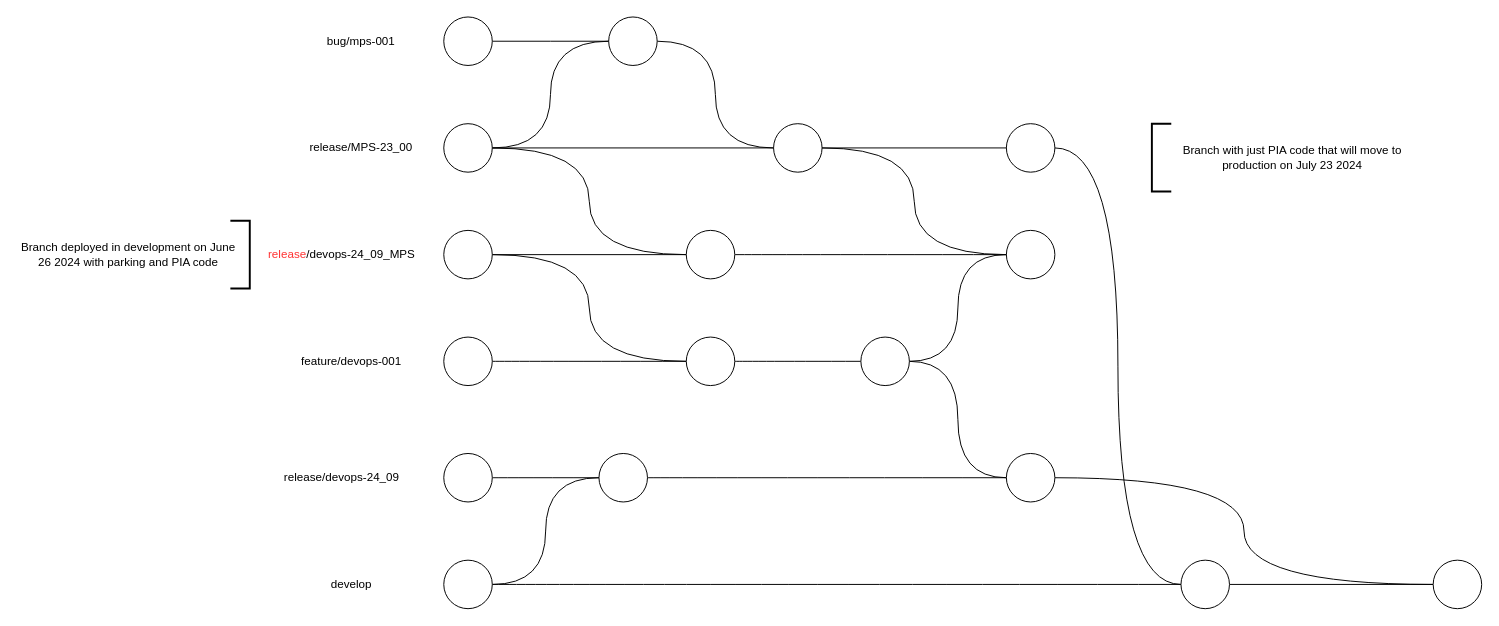
pettll/diagrams keeps this draw.io diagram as pia-release-branching.drawio. Above is the earlier version. Source tidied: cells renumbered, new cells numbered last; positions are measured from the earlier drawing's top-left corner, leaving out a move shared by most shapes. Both pictures are drawn from the tidied source at 97%, with x=0, y=0 at pixel (16, 16).
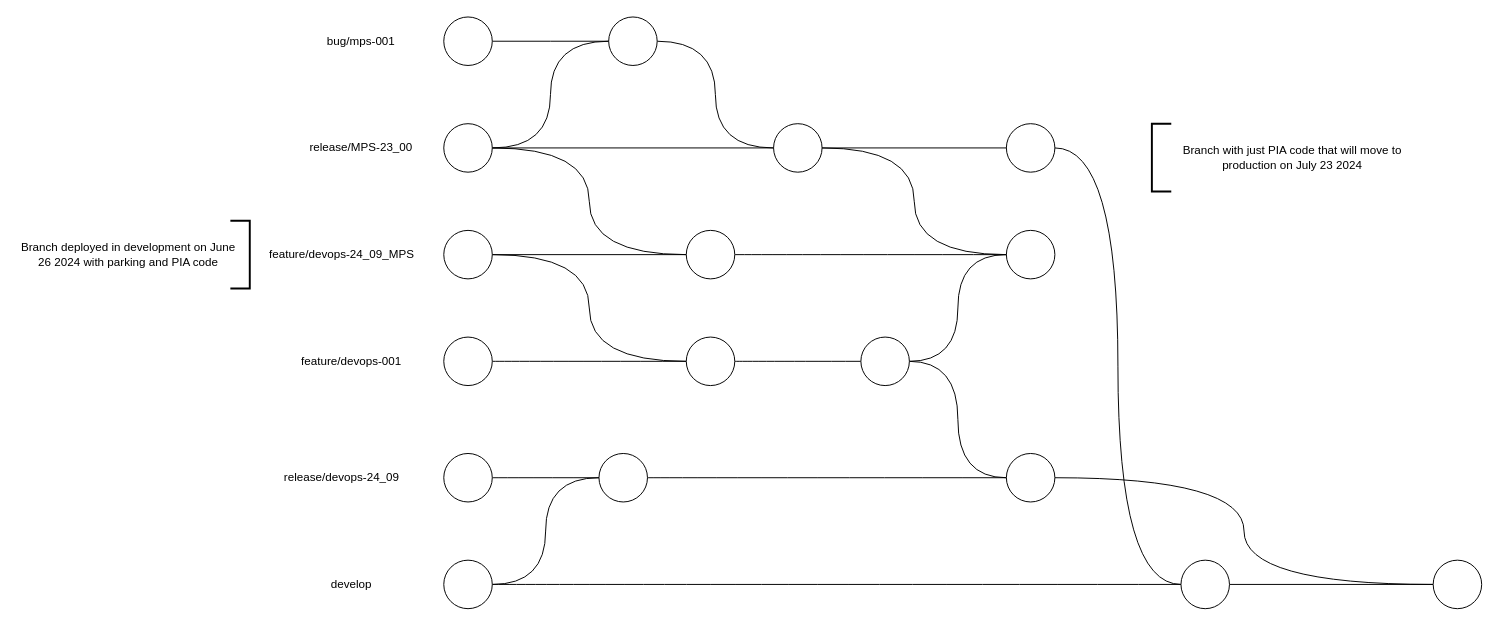
The same diagram, later.

Change to the diagram source:
```diff
@@
-    <mxCell id="12" value="&lt;font color=&quot;#ff3333&quot;&gt;release&lt;/font&gt;/devops-24_09_MPS&lt;span dir=&quot;ltr&quot; class=&quot;ui-provider byi byj gr bff bfg bfh bfi bfj bfk bfl bfm bfn bfo bfp bfq bfr bfs bft bfu bfv byk byl bfy bfz bga bgb bgc bgd bge bgf bgg bgh bgi bgj bgk&quot;&gt;&lt;/span&gt;&lt;span dir=&quot;ltr&quot; class=&quot;ui-provider byi byj gr bff bfg bfh bfi bfj bfk bfl bfm bfn bfo bfp bfq bfr bfs bft bfu bfv byk byl bfy bfz bga bgb bgc bgd bge bgf bgg bgh bgi bgj bgk&quot;&gt;&lt;/span&gt;" style="text;html=1;align=center;verticalAlign=middle;whiteSpace=wrap;rounded=0;" parent="1" vertex="1">
+    <mxCell id="12" value="feature/devops-24_09_MPS&lt;span dir=&quot;ltr&quot; class=&quot;ui-provider byi byj gr bff bfg bfh bfi bfj bfk bfl bfm bfn bfo bfp bfq bfr bfs bft bfu bfv byk byl bfy bfz bga bgb bgc bgd bge bgf bgg bgh bgi bgj bgk&quot;&gt;&lt;/span&gt;&lt;span dir=&quot;ltr&quot; class=&quot;ui-provider byi byj gr bff bfg bfh bfi bfj bfk bfl bfm bfn bfo bfp bfq bfr bfs bft bfu bfv byk byl bfy bfz bga bgb bgc bgd bge bgf bgg bgh bgi bgj bgk&quot;&gt;&lt;/span&gt;" style="text;html=1;align=center;verticalAlign=middle;whiteSpace=wrap;rounded=0;" parent="1" vertex="1">
       <mxGeometry x="240" y="230" width="190" height="30" as="geometry" />
     </mxCell>
```
